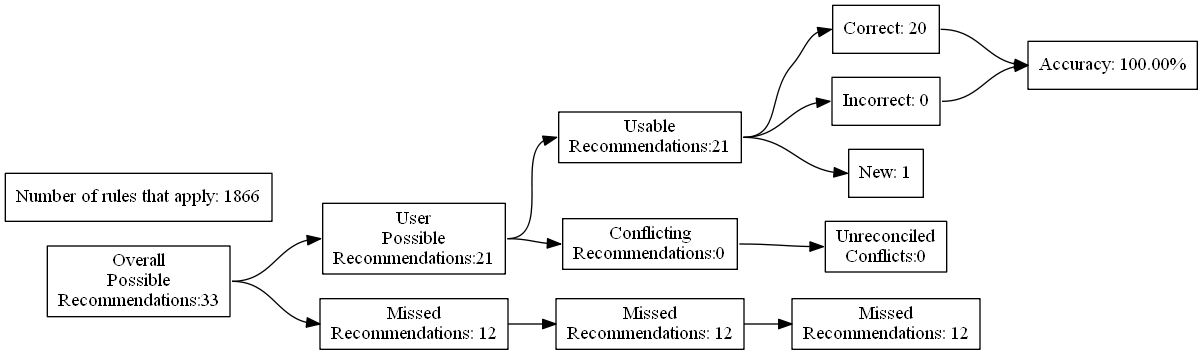
Above: test_renders/13.gv.png in ZaxR/ibd_diet_analysis (Graphviz), before the change. Its source is kept beside it as test_renders/13.gv.
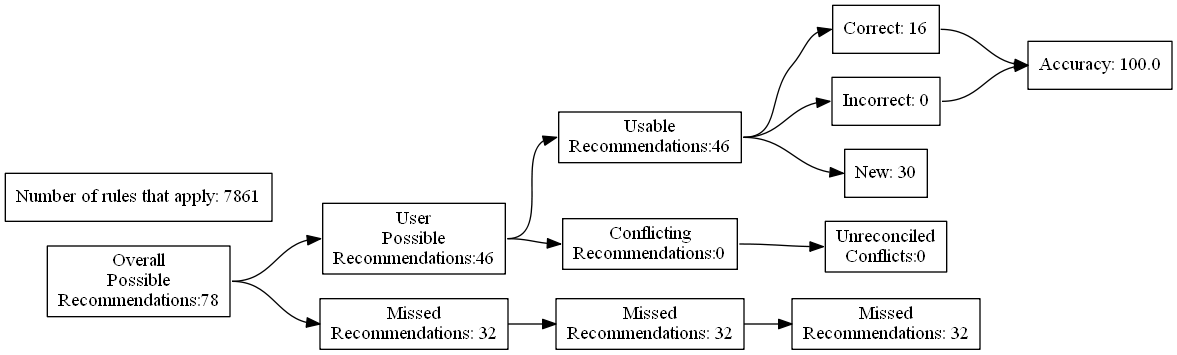
The same file after the commit.

Change to the diagram source:
```diff
@@ -4,27 +4,27 @@
 	edge [headport=w tailport=e]
 		A [label="Overall
 Possible
-Recommendations:33"]
+Recommendations:78"]
 		B [label="User
 Possible
-Recommendations:21"]
+Recommendations:46"]
 		C [label="Missed
-Recommendations: 12"]
+Recommendations: 32"]
 		D [label="Usable
-Recommendations:21"]
+Recommendations:46"]
 		E [label="Conflicting
 Recommendations:0"]
 		J [label="Missed
-Recommendations: 12"]
+Recommendations: 32"]
 		M [label="Unreconciled
 Conflicts:0"]
-		F [label="Correct: 20"]
+		F [label="Correct: 16"]
 		G [label="Incorrect: 0"]
-		H [label="New: 1"]
+		H [label="New: 30"]
 		K [label="Missed
-Recommendations: 12"]
-		I [label="Accuracy: 100.00%"]
-		l [label="Number of rules that apply: 1866"]
+Recommendations: 32"]
+		I [label="Accuracy: 100.0"]
+		l [label="Number of rules that apply: 7861"]
 			A -> B
 			A -> C
 			B -> D
```
